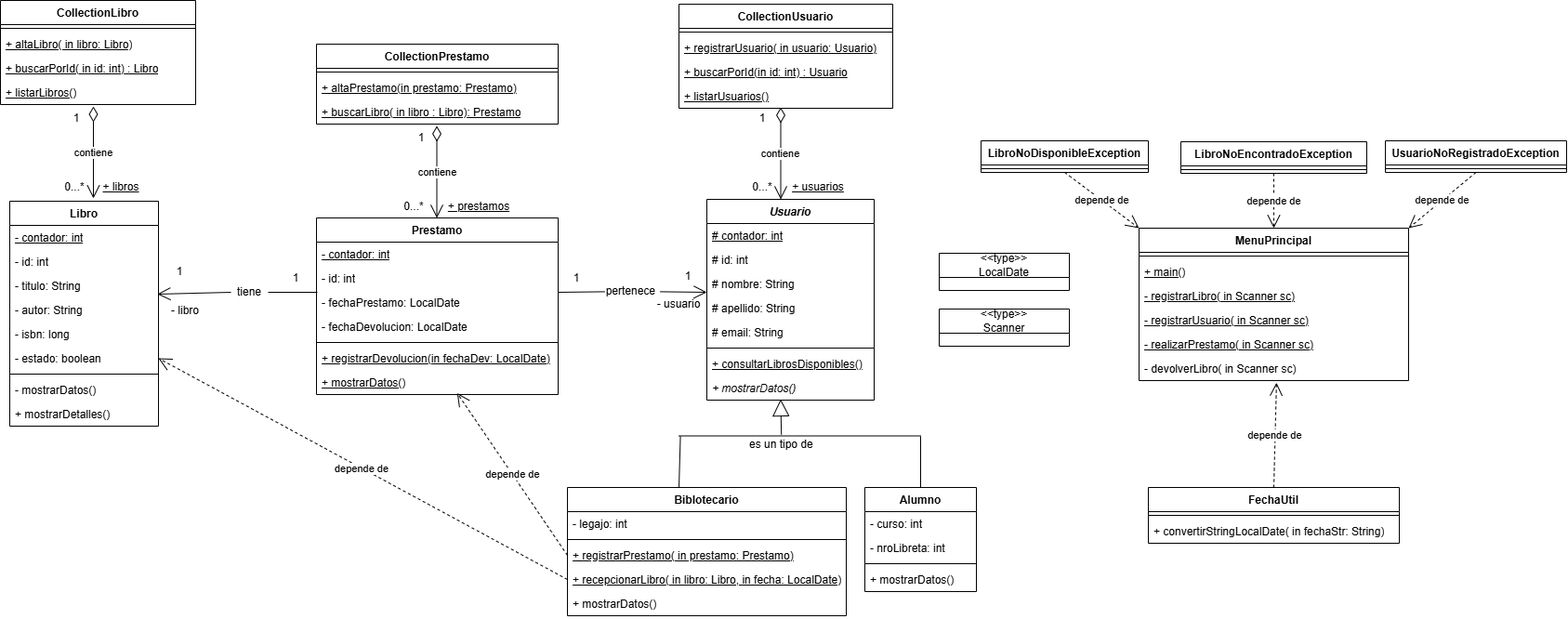
The draw.io diagram diagramaUML/tp6-diagramaUML-grupo8.png in abii321/tp6_grupo8, before a commit. Source tidied: cells renumbered, new cells last; positions are measured from the earlier drawing's top-left corner, leaving out a move shared by most shapes.
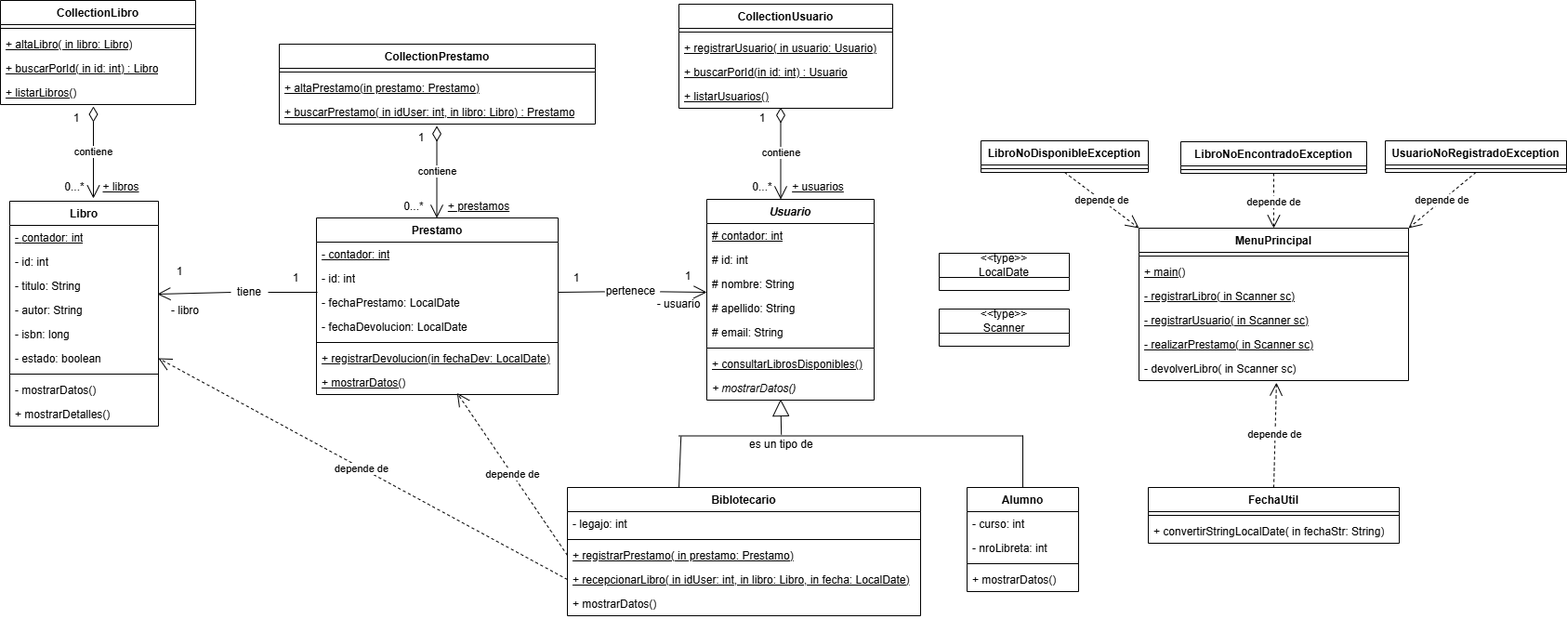
Later version of the same file.

Commit message:
Diagrama final - Abigail Teran

What changed in the source:
```diff
@@ -60,7 +60,7 @@
       <mxGeometry y="190" width="180" height="26" as="geometry" />
     </mxCell>
     <mxCell id="21" value="Alumno" style="swimlane;fontStyle=1;align=center;verticalAlign=top;horizontal=1;startSize=26;whiteSpace=wrap;html=1;" parent="1" vertex="1">
-      <mxGeometry x="930" y="524" width="120" height="112" as="geometry" />
+      <mxGeometry x="1040" y="524" width="120" height="112" as="geometry" />
     </mxCell>
     <mxCell id="22" value="- curso: int&lt;span style=&quot;white-space: pre;&quot;&gt;&#9;&lt;/span&gt;" style="text;strokeColor=none;fillColor=none;align=left;verticalAlign=top;spacingLeft=4;spacingRight=4;overflow=hidden;whiteSpace=wrap;html=1;" parent="21" vertex="1">
       <mxGeometry y="26" width="120" height="26" as="geometry" />
@@ -75,22 +75,22 @@
       <mxGeometry y="86" width="120" height="26" as="geometry" />
     </mxCell>
     <mxCell id="26" value="Biblotecario" style="swimlane;fontStyle=1;align=center;verticalAlign=top;horizontal=1;startSize=26;whiteSpace=wrap;html=1;" parent="1" vertex="1">
-      <mxGeometry x="610" y="524" width="300" height="138" as="geometry" />
+      <mxGeometry x="610" y="524" width="380" height="138" as="geometry" />
     </mxCell>
     <mxCell id="27" value="- legajo: int" style="text;strokeColor=none;fillColor=none;align=left;verticalAlign=top;spacingLeft=4;spacingRight=4;overflow=hidden;whiteSpace=wrap;html=1;" parent="26" vertex="1">
-      <mxGeometry y="26" width="300" height="26" as="geometry" />
+      <mxGeometry y="26" width="380" height="26" as="geometry" />
     </mxCell>
     <mxCell id="28" style="line;strokeWidth=1;fillColor=none;align=left;verticalAlign=middle;spacingTop=-1;spacingLeft=3;spacingRight=3;labelPosition=right;strokeColor=inherit;" parent="26" vertex="1">
-      <mxGeometry y="52" width="300" height="8" as="geometry" />
+      <mxGeometry y="52" width="380" height="8" as="geometry" />
     </mxCell>
     <mxCell id="29" value="+ registrarPrestamo( in prestamo: Prestamo)" style="text;strokeColor=none;fillColor=none;align=left;verticalAlign=top;spacingLeft=4;spacingRight=4;overflow=hidden;points=[[0,0.5],[1,0.5]];portConstraint=eastwest;whiteSpace=wrap;html=1;fontStyle=4;" parent="26" vertex="1">
-      <mxGeometry y="60" width="300" height="26" as="geometry" />
+      <mxGeometry y="60" width="380" height="26" as="geometry" />
     </mxCell>
-    <mxCell id="30" value="+ recepcionarLibro( in libro: Libro, in fecha: LocalDate)" style="text;strokeColor=none;fillColor=none;align=left;verticalAlign=top;spacingLeft=4;spacingRight=4;overflow=hidden;points=[[0,0.5],[1,0.5]];portConstraint=eastwest;whiteSpace=wrap;html=1;fontStyle=4;" parent="26" vertex="1">
-      <mxGeometry y="86" width="300" height="26" as="geometry" />
+    <mxCell id="30" value="+ recepcionarLibro( in idUser: int, in libro: Libro, in fecha: LocalDate)" style="text;strokeColor=none;fillColor=none;align=left;verticalAlign=top;spacingLeft=4;spacingRight=4;overflow=hidden;points=[[0,0.5],[1,0.5]];portConstraint=eastwest;whiteSpace=wrap;html=1;fontStyle=4;" parent="26" vertex="1">
+      <mxGeometry y="86" width="380" height="26" as="geometry" />
     </mxCell>
     <mxCell id="31" value="+ mostrarDatos()" style="text;strokeColor=none;fillColor=none;align=left;verticalAlign=top;spacingLeft=4;spacingRight=4;overflow=hidden;whiteSpace=wrap;html=1;fontStyle=0;" parent="26" vertex="1">
-      <mxGeometry y="112" width="300" height="26" as="geometry" />
+      <mxGeometry y="112" width="380" height="26" as="geometry" />
     </mxCell>
     <mxCell id="32" value="Prestamo" style="swimlane;fontStyle=1;align=center;verticalAlign=top;horizontal=1;startSize=26;whiteSpace=wrap;html=1;" parent="1" vertex="1">
       <mxGeometry x="340" y="234" width="260" height="190" as="geometry" />
@@ -177,16 +177,16 @@
       <mxGeometry x="790" y="112" width="60" height="30" as="geometry" />
     </mxCell>
     <mxCell id="58" value="CollectionPrestamo" style="swimlane;fontStyle=1;align=center;verticalAlign=top;horizontal=1;startSize=26;whiteSpace=wrap;html=1;" parent="1" vertex="1">
-      <mxGeometry x="340" y="47" width="260" height="86" as="geometry" />
+      <mxGeometry x="300" y="47" width="340" height="86" as="geometry" />
     </mxCell>
     <mxCell id="59" style="line;strokeWidth=1;fillColor=none;align=left;verticalAlign=middle;spacingTop=-1;spacingLeft=3;spacingRight=3;labelPosition=right;strokeColor=inherit;" parent="58" vertex="1">
-      <mxGeometry y="26" width="260" height="8" as="geometry" />
+      <mxGeometry y="26" width="340" height="8" as="geometry" />
     </mxCell>
     <mxCell id="60" value="+ altaPrestamo(in prestamo: Prestamo)" style="text;strokeColor=none;fillColor=none;align=left;verticalAlign=top;spacingLeft=4;spacingRight=4;overflow=hidden;whiteSpace=wrap;html=1;fontStyle=4;" parent="58" vertex="1">
-      <mxGeometry y="34" width="260" height="26" as="geometry" />
+      <mxGeometry y="34" width="340" height="26" as="geometry" />
     </mxCell>
-    <mxCell id="61" value="+ buscarLibro( in libro : Libro): Prestamo" style="text;strokeColor=none;fillColor=none;align=left;verticalAlign=top;spacingLeft=4;spacingRight=4;overflow=hidden;whiteSpace=wrap;html=1;fontStyle=4;" parent="58" vertex="1">
-      <mxGeometry y="60" width="260" height="26" as="geometry" />
+    <mxCell id="61" value="+ buscarPrestamo( in idUser: int, in libro: Libro) : Prestamo" style="text;strokeColor=none;fillColor=none;align=left;verticalAlign=top;spacingLeft=4;spacingRight=4;overflow=hidden;whiteSpace=wrap;html=1;fontStyle=4;" parent="58" vertex="1">
+      <mxGeometry y="60" width="340" height="26" as="geometry" />
     </mxCell>
     <mxCell id="62" style="endArrow=block;endSize=16;endFill=0;html=1;rounded=0;exitX=0.526;exitY=0.125;exitDx=0;exitDy=0;exitPerimeter=0;" parent="1" edge="1">
       <mxGeometry relative="1" as="geometry">
@@ -195,17 +195,15 @@
       </mxGeometry>
     </mxCell>
     <mxCell id="63" style="line;strokeWidth=1;fillColor=none;align=left;verticalAlign=middle;spacingTop=-1;spacingLeft=3;spacingRight=3;labelPosition=right;points=[];portConstraint=eastwest;strokeColor=inherit;" parent="1" vertex="1">
-      <mxGeometry x="730" y="464" width="260" height="9" as="geometry" />
+      <mxGeometry x="730" y="464" width="370" height="9" as="geometry" />
     </mxCell>
     <mxCell id="64" style="endArrow=none;html=1;rounded=0;entryX=0.006;entryY=0.568;entryDx=0;entryDy=0;entryPerimeter=0;" parent="1" edge="1" target="63">
       <mxGeometry relative="1" as="geometry">
         <mxPoint x="730" y="524" as="sourcePoint" />
       </mxGeometry>
     </mxCell>
-    <mxCell id="65" style="endArrow=none;html=1;rounded=0;exitX=0.5;exitY=0;exitDx=0;exitDy=0;" parent="1" edge="1" source="21">
-      <mxGeometry relative="1" as="geometry">
-        <mxPoint x="990" y="469" as="targetPoint" />
-      </mxGeometry>
+    <mxCell id="65" style="endArrow=none;html=1;rounded=0;exitX=0.5;exitY=0;exitDx=0;exitDy=0;entryX=1;entryY=0.457;entryDx=0;entryDy=0;entryPerimeter=0;" parent="1" edge="1" source="21" target="63">
+      <mxGeometry relative="1" as="geometry" />
     </mxCell>
     <mxCell id="66" value="es un tipo de" style="text;strokeColor=none;fillColor=none;align=left;verticalAlign=top;spacingLeft=4;spacingRight=4;overflow=hidden;whiteSpace=wrap;html=1;" parent="1" vertex="1">
       <mxGeometry x="800" y="464" width="100" height="27" as="geometry" />
```
